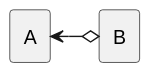
Before: out/aggregationRelationshipExample/aggregationRelationshipExample.svg, a diagram exported from PlantUML (gigl-uml/Guide_uml_polymtl). Its diagram source:
```plantuml
@startuml
rectangle A
rectangle B

A <-r-o B
@enduml
```
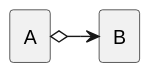
Later version of the same file.

What changed in the source:
```diff
@@ -2,5 +2,5 @@
 rectangle A
 rectangle B
 
-A <-r-o B
+A o-r-> B
 @enduml
```
